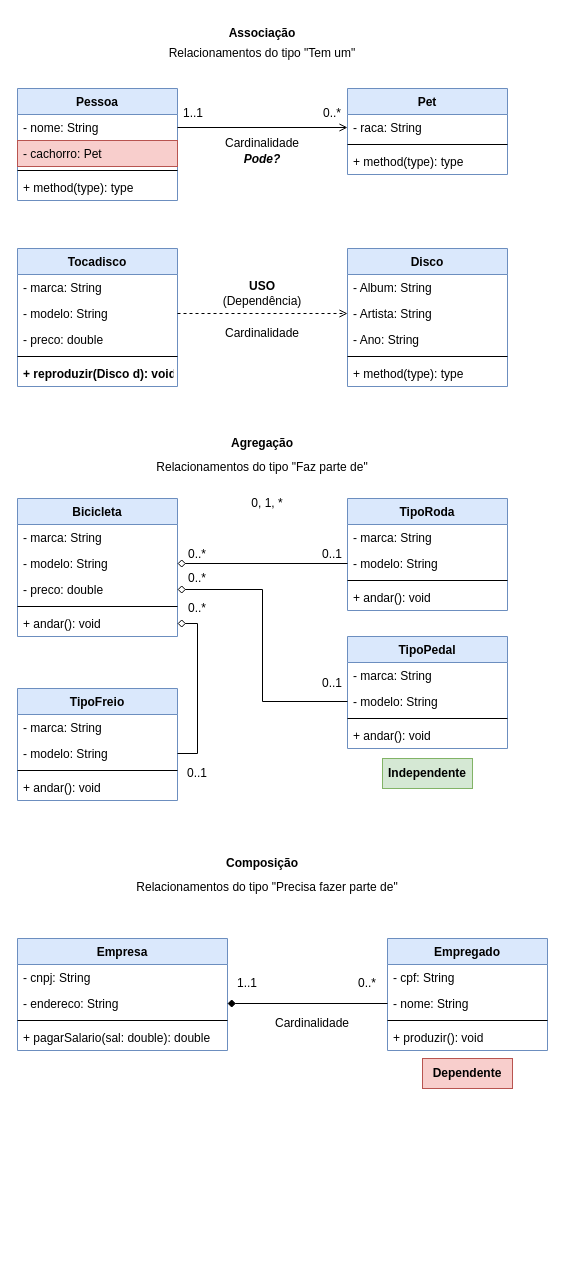
This is aula07-diagramaRelacoes/RelacionamentosEntreClasses.drawio from prof-marcelosouza/DH-POO-0522, a draw.io file, before an edit. Source tidied: cells renumbered, new cells numbered last; positions are measured from the earlier drawing's top-left corner, leaving out a move shared by most shapes. Both pictures are drawn from the tidied source at 100%, with x=0, y=0 at pixel (17, 18).
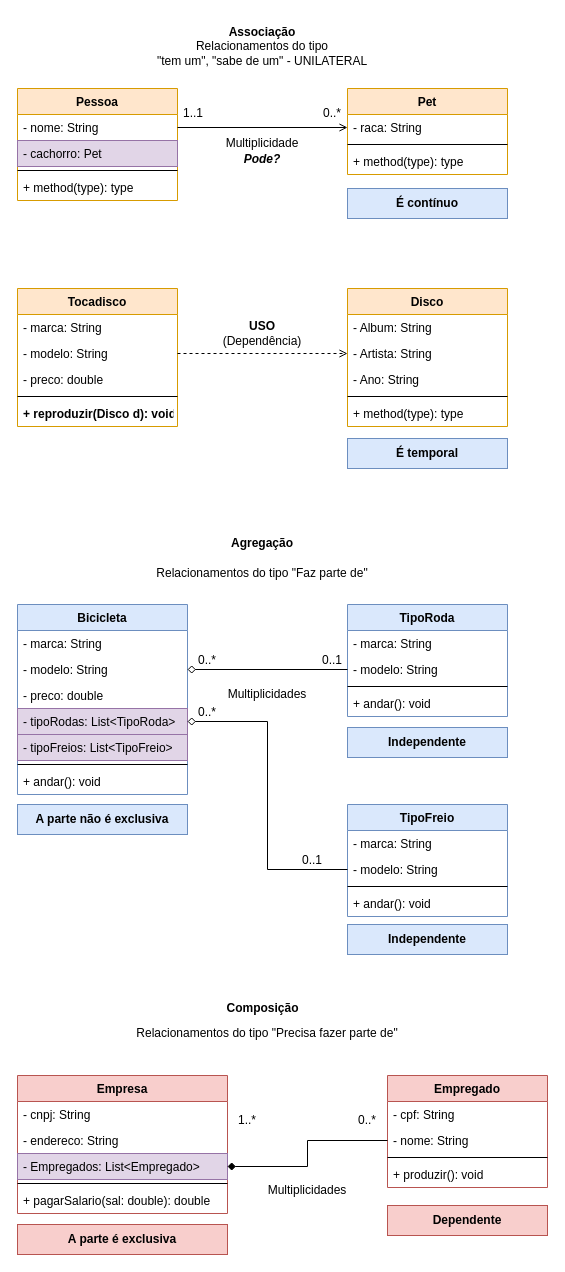
After the change.

The change refers to these unchanged cells:
```xml
<mxCell id="59" value="- modelo: String" style="text;strokeColor=none;fillColor=none;align=left;verticalAlign=top;spacingLeft=4;spacingRight=4;overflow=hidden;points=[[0,0.5],[1,0.5]];portConstraint=eastwest;" parent="57" vertex="1">
  <mxGeometry y="52" width="160" height="26" as="geometry" />
</mxCell>
```

Diff of the diagram source:
```diff
@@
-    <mxCell id="2" value="Pessoa" style="swimlane;fontStyle=1;align=center;verticalAlign=top;horizontal=1;startSize=26;fillColor=#dae8fc;strokeColor=#6c8ebf;" parent="1" vertex="1">
+    <mxCell id="2" value="Pessoa" style="swimlane;fontStyle=1;align=center;verticalAlign=top;horizontal=1;startSize=26;fillColor=#ffe6cc;strokeColor=#d79b00;" parent="1" vertex="1">
       <mxGeometry y="70" width="160" height="112" as="geometry" />
     </mxCell>
@@
-    <mxCell id="4" value="- cachorro: Pet" style="text;strokeColor=#b85450;fillColor=#f8cecc;align=left;verticalAlign=top;spacingLeft=4;spacingRight=4;overflow=hidden;" parent="2" vertex="1">
+    <mxCell id="4" value="- cachorro: Pet" style="text;strokeColor=#9673a6;fillColor=#e1d5e7;align=left;verticalAlign=top;spacingLeft=4;spacingRight=4;overflow=hidden;" parent="2" vertex="1">
       <mxGeometry y="52" width="160" height="26" as="geometry" />
     </mxCell>
@@
-    <mxCell id="7" value="Pet" style="swimlane;fontStyle=1;align=center;verticalAlign=top;horizontal=1;startSize=26;fillColor=#dae8fc;strokeColor=#6c8ebf;" parent="1" vertex="1">
+    <mxCell id="7" value="Pet" style="swimlane;fontStyle=1;align=center;verticalAlign=top;horizontal=1;startSize=26;fillColor=#ffe6cc;strokeColor=#d79b00;" parent="1" vertex="1">
       <mxGeometry x="330" y="70" width="160" height="86" as="geometry" />
     </mxCell>
@@
     <mxCell id="12" value="Associação" style="text;html=1;strokeColor=none;fillColor=none;align=center;verticalAlign=middle;whiteSpace=wrap;rounded=0;fontStyle=1;" parent="1" vertex="1">
-      <mxGeometry x="215" width="60" height="30" as="geometry" />
+      <mxGeometry x="215" y="-1" width="60" height="30" as="geometry" />
     </mxCell>
-    <mxCell id="13" value="Cardinalidade" style="text;html=1;strokeColor=none;fillColor=none;align=center;verticalAlign=middle;whiteSpace=wrap;rounded=0;fontStyle=0;" parent="1" vertex="1">
+    <mxCell id="13" value="Multiplicidade" style="text;html=1;strokeColor=none;fillColor=none;align=center;verticalAlign=middle;whiteSpace=wrap;rounded=0;fontStyle=0;" parent="1" vertex="1">
       <mxGeometry x="200" y="110" width="90" height="30" as="geometry" />
     </mxCell>
@@
-    <mxCell id="17" value="Tocadisco" style="swimlane;fontStyle=1;align=center;verticalAlign=top;horizontal=1;startSize=26;fillColor=#dae8fc;strokeColor=#6c8ebf;" parent="1" vertex="1">
-      <mxGeometry y="230" width="160" height="138" as="geometry" />
+    <mxCell id="17" value="Tocadisco" style="swimlane;fontStyle=1;align=center;verticalAlign=top;horizontal=1;startSize=26;fillColor=#ffe6cc;strokeColor=#d79b00;" parent="1" vertex="1">
+      <mxGeometry y="270" width="160" height="138" as="geometry" />
     </mxCell>
@@
-    <mxCell id="23" value="Disco" style="swimlane;fontStyle=1;align=center;verticalAlign=top;horizontal=1;startSize=26;fillColor=#dae8fc;strokeColor=#6c8ebf;" parent="1" vertex="1">
-      <mxGeometry x="330" y="230" width="160" height="138" as="geometry" />
+    <mxCell id="23" value="Disco" style="swimlane;fontStyle=1;align=center;verticalAlign=top;horizontal=1;startSize=26;fillColor=#ffe6cc;strokeColor=#d79b00;" parent="1" vertex="1">
+      <mxGeometry x="330" y="270" width="160" height="138" as="geometry" />
     </mxCell>
@@
-    <mxCell id="30" value="Cardinalidade" style="text;html=1;strokeColor=none;fillColor=none;align=center;verticalAlign=middle;whiteSpace=wrap;rounded=0;fontStyle=0;" parent="1" vertex="1">
-      <mxGeometry x="200" y="300" width="90" height="30" as="geometry" />
-    </mxCell>
     <mxCell id="31" value="&lt;b&gt;USO&lt;/b&gt; (Dependência)" style="text;html=1;strokeColor=none;fillColor=none;align=center;verticalAlign=middle;whiteSpace=wrap;rounded=0;fontStyle=0;" parent="1" vertex="1">
-      <mxGeometry x="200" y="260" width="90" height="30" as="geometry" />
+      <mxGeometry x="200" y="300" width="90" height="30" as="geometry" />
     </mxCell>
     <mxCell id="32" value="Agregação" style="text;html=1;strokeColor=none;fillColor=none;align=center;verticalAlign=middle;whiteSpace=wrap;rounded=0;fontStyle=1;" parent="1" vertex="1">
-      <mxGeometry x="215" y="410" width="60" height="30" as="geometry" />
+      <mxGeometry x="215" y="510" width="60" height="30" as="geometry" />
     </mxCell>
     <mxCell id="33" value="Bicicleta" style="swimlane;fontStyle=1;align=center;verticalAlign=top;horizontal=1;startSize=26;fillColor=#dae8fc;strokeColor=#6c8ebf;" parent="1" vertex="1">
-      <mxGeometry y="480" width="160" height="138" as="geometry" />
+      <mxGeometry y="586" width="170" height="190" as="geometry" />
     </mxCell>
     <mxCell id="34" value="- marca: String" style="text;strokeColor=none;fillColor=none;align=left;verticalAlign=top;spacingLeft=4;spacingRight=4;overflow=hidden;" parent="33" vertex="1">
-      <mxGeometry y="26" width="160" height="26" as="geometry" />
+      <mxGeometry y="26" width="170" height="26" as="geometry" />
     </mxCell>
     <mxCell id="35" value="- modelo: String" style="text;strokeColor=none;fillColor=none;align=left;verticalAlign=top;spacingLeft=4;spacingRight=4;overflow=hidden;points=[[0,0.5],[1,0.5]];portConstraint=eastwest;" parent="33" vertex="1">
-      <mxGeometry y="52" width="160" height="26" as="geometry" />
+      <mxGeometry y="52" width="170" height="26" as="geometry" />
     </mxCell>
+    <mxCell id="84" value="- preco: double" style="text;strokeColor=none;fillColor=none;align=left;verticalAlign=top;spacingLeft=4;spacingRight=4;overflow=hidden;" parent="33" vertex="1">
+      <mxGeometry y="78" width="170" height="26" as="geometry" />
+    </mxCell>
+    <mxCell id="85" value="- tipoRodas: List&lt;TipoRoda&gt;" style="text;strokeColor=#9673a6;fillColor=#e1d5e7;align=left;verticalAlign=top;spacingLeft=4;spacingRight=4;overflow=hidden;points=[[0,0.5],[1,0.5]];portConstraint=eastwest;" parent="33" vertex="1">
+      <mxGeometry y="104" width="170" height="26" as="geometry" />
+    </mxCell>
-    <mxCell id="36" value="- preco: double" style="text;strokeColor=none;fillColor=none;align=left;verticalAlign=top;spacingLeft=4;spacingRight=4;overflow=hidden;points=[[0,0.5],[1,0.5]];portConstraint=eastwest;" parent="33" vertex="1">
-      <mxGeometry y="78" width="160" height="26" as="geometry" />
+    <mxCell id="36" value="- tipoFreios: List&lt;TipoFreio&gt;" style="text;strokeColor=#9673a6;fillColor=#e1d5e7;align=left;verticalAlign=top;spacingLeft=4;spacingRight=4;overflow=hidden;points=[[0,0.5],[1,0.5]];portConstraint=eastwest;" parent="33" vertex="1">
+      <mxGeometry y="130" width="170" height="26" as="geometry" />
     </mxCell>
     <mxCell id="37" style="line;strokeWidth=1;fillColor=none;align=left;verticalAlign=middle;spacingTop=-1;spacingLeft=3;spacingRight=3;labelPosition=right;" parent="33" vertex="1">
-      <mxGeometry y="104" width="160" height="8" as="geometry" />
+      <mxGeometry y="156" width="170" height="8" as="geometry" />
     </mxCell>
     <mxCell id="38" value="+ andar(): void" style="text;strokeColor=none;fillColor=none;align=left;verticalAlign=top;spacingLeft=4;spacingRight=4;overflow=hidden;points=[[0,0.5],[1,0.5]];portConstraint=eastwest;" parent="33" vertex="1">
-      <mxGeometry y="112" width="160" height="26" as="geometry" />
+      <mxGeometry y="164" width="170" height="26" as="geometry" />
     </mxCell>
-    <mxCell id="39" value="&lt;span style=&quot;font-weight: normal;&quot;&gt;Relacionamentos do tipo &quot;Tem um&quot;&lt;/span&gt;" style="text;html=1;strokeColor=none;fillColor=none;align=center;verticalAlign=middle;whiteSpace=wrap;rounded=0;fontStyle=1;" parent="1" vertex="1">
+    <mxCell id="39" value="&lt;span style=&quot;font-weight: normal;&quot;&gt;Relacionamentos do tipo&lt;br&gt;&quot;tem um&quot;, &quot;sabe de um&quot; - UNILATERAL&lt;/span&gt;" style="text;html=1;strokeColor=none;fillColor=none;align=center;verticalAlign=middle;whiteSpace=wrap;rounded=0;fontStyle=1;" parent="1" vertex="1">
       <mxGeometry x="115" y="20" width="260" height="30" as="geometry" />
     </mxCell>
     <mxCell id="40" value="&lt;span style=&quot;font-weight: normal;&quot;&gt;Relacionamentos do tipo &quot;Faz parte de&quot;&lt;/span&gt;" style="text;html=1;strokeColor=none;fillColor=none;align=center;verticalAlign=middle;whiteSpace=wrap;rounded=0;fontStyle=1;" parent="1" vertex="1">
-      <mxGeometry x="115" y="434" width="260" height="30" as="geometry" />
+      <mxGeometry x="115" y="540" width="260" height="30" as="geometry" />
     </mxCell>
     <mxCell id="41" value="TipoRoda" style="swimlane;fontStyle=1;align=center;verticalAlign=top;horizontal=1;startSize=26;fillColor=#dae8fc;strokeColor=#6c8ebf;" parent="1" vertex="1">
-      <mxGeometry x="330" y="480" width="160" height="112" as="geometry" />
+      <mxGeometry x="330" y="586" width="160" height="112" as="geometry" />
     </mxCell>
@@
     <mxCell id="47" value="0..*" style="text;html=1;strokeColor=none;fillColor=none;align=center;verticalAlign=middle;whiteSpace=wrap;rounded=0;fontStyle=0;" parent="1" vertex="1">
-      <mxGeometry x="170" y="521" width="20" height="30" as="geometry" />
+      <mxGeometry x="180" y="627" width="20" height="30" as="geometry" />
     </mxCell>
     <mxCell id="48" value="0..1" style="text;html=1;strokeColor=none;fillColor=none;align=center;verticalAlign=middle;whiteSpace=wrap;rounded=0;fontStyle=0;" parent="1" vertex="1">
-      <mxGeometry x="305" y="521" width="20" height="30" as="geometry" />
+      <mxGeometry x="305" y="627" width="20" height="30" as="geometry" />
     </mxCell>
-    <mxCell id="49" value="TipoPedal" style="swimlane;fontStyle=1;align=center;verticalAlign=top;horizontal=1;startSize=26;fillColor=#dae8fc;strokeColor=#6c8ebf;" parent="1" vertex="1">
-      <mxGeometry x="330" y="618" width="160" height="112" as="geometry" />
-    </mxCell>
-    <mxCell id="50" value="- marca: String" style="text;strokeColor=none;fillColor=none;align=left;verticalAlign=top;spacingLeft=4;spacingRight=4;overflow=hidden;" parent="49" vertex="1">
-      <mxGeometry y="26" width="160" height="26" as="geometry" />
-    </mxCell>
-    <mxCell id="51" value="- modelo: String" style="text;strokeColor=none;fillColor=none;align=left;verticalAlign=top;spacingLeft=4;spacingRight=4;overflow=hidden;points=[[0,0.5],[1,0.5]];portConstraint=eastwest;" parent="49" vertex="1">
-      <mxGeometry y="52" width="160" height="26" as="geometry" />
-    </mxCell>
-    <mxCell id="52" style="line;strokeWidth=1;fillColor=none;align=left;verticalAlign=middle;spacingTop=-1;spacingLeft=3;spacingRight=3;labelPosition=right;" parent="49" vertex="1">
-      <mxGeometry y="78" width="160" height="8" as="geometry" />
-    </mxCell>
-    <mxCell id="53" value="+ andar(): void" style="text;strokeColor=none;fillColor=none;align=left;verticalAlign=top;spacingLeft=4;spacingRight=4;overflow=hidden;" parent="49" vertex="1">
-      <mxGeometry y="86" width="160" height="26" as="geometry" />
-    </mxCell>
-    <mxCell id="54" style="edgeStyle=orthogonalEdgeStyle;rounded=0;jettySize=auto;html=1;exitX=1;exitY=0.5;exitDx=0;exitDy=0;entryX=0;entryY=0.5;entryDx=0;entryDy=0;startArrow=diamond;startFill=0;endArrow=none;endFill=0;" parent="1" edge="1" source="36" target="51">
-      <mxGeometry relative="1" as="geometry" />
-    </mxCell>
-    <mxCell id="55" value="0..1" style="text;html=1;strokeColor=none;fillColor=none;align=center;verticalAlign=middle;whiteSpace=wrap;rounded=0;fontStyle=0;" parent="1" vertex="1">
-      <mxGeometry x="305" y="650" width="20" height="30" as="geometry" />
-    </mxCell>
     <mxCell id="56" value="0..*" style="text;html=1;strokeColor=none;fillColor=none;align=center;verticalAlign=middle;whiteSpace=wrap;rounded=0;fontStyle=0;" parent="1" vertex="1">
-      <mxGeometry x="170" y="545" width="20" height="30" as="geometry" />
+      <mxGeometry x="180" y="679" width="20" height="30" as="geometry" />
     </mxCell>
     <mxCell id="57" value="TipoFreio" style="swimlane;fontStyle=1;align=center;verticalAlign=top;horizontal=1;startSize=26;fillColor=#dae8fc;strokeColor=#6c8ebf;" parent="1" vertex="1">
-      <mxGeometry y="670" width="160" height="112" as="geometry" />
+      <mxGeometry x="330" y="786" width="160" height="112" as="geometry" />
     </mxCell>
@@
-    <mxCell id="62" style="edgeStyle=orthogonalEdgeStyle;rounded=0;jettySize=auto;html=1;exitX=1;exitY=0.5;exitDx=0;exitDy=0;entryX=1;entryY=0.5;entryDx=0;entryDy=0;startArrow=diamond;startFill=0;endArrow=none;endFill=0;" parent="1" edge="1" source="38" target="59">
-      <mxGeometry relative="1" as="geometry" />
-    </mxCell>
-    <mxCell id="63" value="0..*" style="text;html=1;strokeColor=none;fillColor=none;align=center;verticalAlign=middle;whiteSpace=wrap;rounded=0;fontStyle=0;" parent="1" vertex="1">
-      <mxGeometry x="170" y="575" width="20" height="30" as="geometry" />
-    </mxCell>
     <mxCell id="64" value="0..1" style="text;html=1;strokeColor=none;fillColor=none;align=center;verticalAlign=middle;whiteSpace=wrap;rounded=0;fontStyle=0;" parent="1" vertex="1">
-      <mxGeometry x="170" y="740" width="20" height="30" as="geometry" />
+      <mxGeometry x="285" y="827" width="20" height="30" as="geometry" />
     </mxCell>
-    <mxCell id="65" value="0, 1, *" style="text;html=1;strokeColor=none;fillColor=none;align=center;verticalAlign=middle;whiteSpace=wrap;rounded=0;fontStyle=0;" parent="1" vertex="1">
-      <mxGeometry x="210" y="470" width="80" height="30" as="geometry" />
-    </mxCell>
     <mxCell id="66" value="Composição" style="text;html=1;strokeColor=none;fillColor=none;align=center;verticalAlign=middle;whiteSpace=wrap;rounded=0;fontStyle=1;" parent="1" vertex="1">
-      <mxGeometry x="215" y="830" width="60" height="30" as="geometry" />
+      <mxGeometry x="202.5" y="975" width="85" height="30" as="geometry" />
     </mxCell>
     <mxCell id="67" value="&lt;span style=&quot;font-weight: normal;&quot;&gt;Relacionamentos do tipo &quot;Precisa fazer parte de&quot;&lt;/span&gt;" style="text;html=1;strokeColor=none;fillColor=none;align=center;verticalAlign=middle;whiteSpace=wrap;rounded=0;fontStyle=1;" parent="1" vertex="1">
-      <mxGeometry x="90" y="854" width="320" height="30" as="geometry" />
+      <mxGeometry x="90" y="1000" width="320" height="30" as="geometry" />
     </mxCell>
-    <mxCell id="68" value="Empresa" style="swimlane;fontStyle=1;align=center;verticalAlign=top;horizontal=1;startSize=26;fillColor=#dae8fc;strokeColor=#6c8ebf;" parent="1" vertex="1">
-      <mxGeometry y="920" width="210" height="112" as="geometry" />
+    <mxCell id="68" value="Empresa" style="swimlane;fontStyle=1;align=center;verticalAlign=top;horizontal=1;startSize=26;fillColor=#f8cecc;strokeColor=#b85450;" parent="1" vertex="1">
+      <mxGeometry y="1057" width="210" height="138" as="geometry" />
     </mxCell>
@@
+    <mxCell id="86" value="- endereco: String" style="text;strokeColor=none;fillColor=none;align=left;verticalAlign=top;spacingLeft=4;spacingRight=4;overflow=hidden;" parent="68" vertex="1">
+      <mxGeometry y="52" width="210" height="26" as="geometry" />
+    </mxCell>
-    <mxCell id="70" value="- endereco: String" style="text;strokeColor=none;fillColor=none;align=left;verticalAlign=top;spacingLeft=4;spacingRight=4;overflow=hidden;points=[[0,0.5],[1,0.5]];portConstraint=eastwest;" parent="68" vertex="1">
-      <mxGeometry y="52" width="210" height="26" as="geometry" />
+    <mxCell id="70" value="- Empregados: List&lt;Empregado&gt;" style="text;strokeColor=#9673a6;fillColor=#e1d5e7;align=left;verticalAlign=top;spacingLeft=4;spacingRight=4;overflow=hidden;points=[[0,0.5],[1,0.5]];portConstraint=eastwest;" parent="68" vertex="1">
+      <mxGeometry y="78" width="210" height="26" as="geometry" />
     </mxCell>
     <mxCell id="71" style="line;strokeWidth=1;fillColor=none;align=left;verticalAlign=middle;spacingTop=-1;spacingLeft=3;spacingRight=3;labelPosition=right;" parent="68" vertex="1">
-      <mxGeometry y="78" width="210" height="8" as="geometry" />
+      <mxGeometry y="104" width="210" height="8" as="geometry" />
     </mxCell>
     <mxCell id="72" value="+ pagarSalario(sal: double): double" style="text;strokeColor=none;fillColor=none;align=left;verticalAlign=top;spacingLeft=4;spacingRight=4;overflow=hidden;" parent="68" vertex="1">
-      <mxGeometry y="86" width="210" height="26" as="geometry" />
+      <mxGeometry y="112" width="210" height="26" as="geometry" />
     </mxCell>
-    <mxCell id="73" value="Empregado" style="swimlane;fontStyle=1;align=center;verticalAlign=top;horizontal=1;startSize=26;fillColor=#dae8fc;strokeColor=#6c8ebf;" parent="1" vertex="1">
-      <mxGeometry x="370" y="920" width="160" height="112" as="geometry" />
+    <mxCell id="73" value="Empregado" style="swimlane;fontStyle=1;align=center;verticalAlign=top;horizontal=1;startSize=26;fillColor=#f8cecc;strokeColor=#b85450;" parent="1" vertex="1">
+      <mxGeometry x="370" y="1057" width="160" height="112" as="geometry" />
     </mxCell>
@@
-    <mxCell id="79" value="Cardinalidade" style="text;html=1;strokeColor=none;fillColor=none;align=center;verticalAlign=middle;whiteSpace=wrap;rounded=0;fontStyle=0;" parent="1" vertex="1">
-      <mxGeometry x="250" y="990" width="90" height="30" as="geometry" />
+    <mxCell id="79" value="Multiplicidades" style="text;html=1;strokeColor=none;fillColor=none;align=center;verticalAlign=middle;whiteSpace=wrap;rounded=0;fontStyle=0;" parent="1" vertex="1">
+      <mxGeometry x="230" y="1157" width="120" height="30" as="geometry" />
     </mxCell>
-    <mxCell id="80" value="1..1" style="text;html=1;strokeColor=none;fillColor=none;align=center;verticalAlign=middle;whiteSpace=wrap;rounded=0;fontStyle=0;" parent="1" vertex="1">
-      <mxGeometry x="220" y="950" width="20" height="30" as="geometry" />
+    <mxCell id="80" value="1..*" style="text;html=1;strokeColor=none;fillColor=none;align=center;verticalAlign=middle;whiteSpace=wrap;rounded=0;fontStyle=0;" parent="1" vertex="1">
+      <mxGeometry x="220" y="1087" width="20" height="30" as="geometry" />
     </mxCell>
     <mxCell id="81" value="0..*" style="text;html=1;strokeColor=none;fillColor=none;align=center;verticalAlign=middle;whiteSpace=wrap;rounded=0;fontStyle=0;" parent="1" vertex="1">
-      <mxGeometry x="340" y="950" width="20" height="30" as="geometry" />
+      <mxGeometry x="340" y="1087" width="20" height="30" as="geometry" />
     </mxCell>
+    <mxCell id="83" value="Independente" style="text;html=1;strokeColor=#6c8ebf;fillColor=#dae8fc;align=center;verticalAlign=middle;whiteSpace=wrap;rounded=0;fontStyle=1;" parent="1" vertex="1">
+      <mxGeometry x="330" y="709" width="160" height="30" as="geometry" />
+    </mxCell>
+    <mxCell id="87" value="A parte não é exclusiva" style="text;html=1;strokeColor=#6c8ebf;fillColor=#dae8fc;align=center;verticalAlign=middle;whiteSpace=wrap;rounded=0;fontStyle=1;" parent="1" vertex="1">
+      <mxGeometry y="786" width="170" height="30" as="geometry" />
+    </mxCell>
+    <mxCell id="88" style="edgeStyle=orthogonalEdgeStyle;rounded=0;jettySize=auto;html=1;entryX=0;entryY=0.5;entryDx=0;entryDy=0;endArrow=none;endFill=0;startArrow=diamond;startFill=0;" parent="1" edge="1" source="85" target="59">
+      <mxGeometry relative="1" as="geometry" />
+    </mxCell>
     <mxCell id="82" value="Dependente" style="text;html=1;strokeColor=#b85450;fillColor=#f8cecc;align=center;verticalAlign=middle;whiteSpace=wrap;rounded=0;fontStyle=1;" parent="1" vertex="1">
-      <mxGeometry x="405" y="1040" width="90" height="30" as="geometry" />
+      <mxGeometry x="370" y="1187" width="160" height="30" as="geometry" />
     </mxCell>
-    <mxCell id="83" value="Independente" style="text;html=1;strokeColor=#82b366;fillColor=#d5e8d4;align=center;verticalAlign=middle;whiteSpace=wrap;rounded=0;fontStyle=1;" parent="1" vertex="1">
-      <mxGeometry x="365" y="740" width="90" height="30" as="geometry" />
-    </mxCell>
+    <mxCell id="89" value="A parte é exclusiva" style="text;html=1;strokeColor=#b85450;fillColor=#f8cecc;align=center;verticalAlign=middle;whiteSpace=wrap;rounded=0;fontStyle=1;" parent="1" vertex="1">
+      <mxGeometry y="1206" width="210" height="30" as="geometry" />
+    </mxCell>
+    <mxCell id="90" value="Independente" style="text;html=1;strokeColor=#6c8ebf;fillColor=#dae8fc;align=center;verticalAlign=middle;whiteSpace=wrap;rounded=0;fontStyle=1;" parent="1" vertex="1">
+      <mxGeometry x="330" y="906" width="160" height="30" as="geometry" />
+    </mxCell>
+    <mxCell id="91" value="Multiplicidades" style="text;html=1;strokeColor=none;fillColor=none;align=center;verticalAlign=middle;whiteSpace=wrap;rounded=0;fontStyle=0;" parent="1" vertex="1">
+      <mxGeometry x="190" y="661" width="120" height="30" as="geometry" />
+    </mxCell>
+    <mxCell id="92" value="&lt;span style=&quot;&quot;&gt;É temporal&lt;/span&gt;" style="text;html=1;strokeColor=#6c8ebf;fillColor=#dae8fc;align=center;verticalAlign=middle;whiteSpace=wrap;rounded=0;fontStyle=1;" parent="1" vertex="1">
+      <mxGeometry x="330" y="420" width="160" height="30" as="geometry" />
+    </mxCell>
+    <mxCell id="93" value="&lt;span style=&quot;&quot;&gt;É contínuo&lt;/span&gt;" style="text;html=1;strokeColor=#6c8ebf;fillColor=#dae8fc;align=center;verticalAlign=middle;whiteSpace=wrap;rounded=0;fontStyle=1;" parent="1" vertex="1">
+      <mxGeometry x="330" y="170" width="160" height="30" as="geometry" />
+    </mxCell>
```
